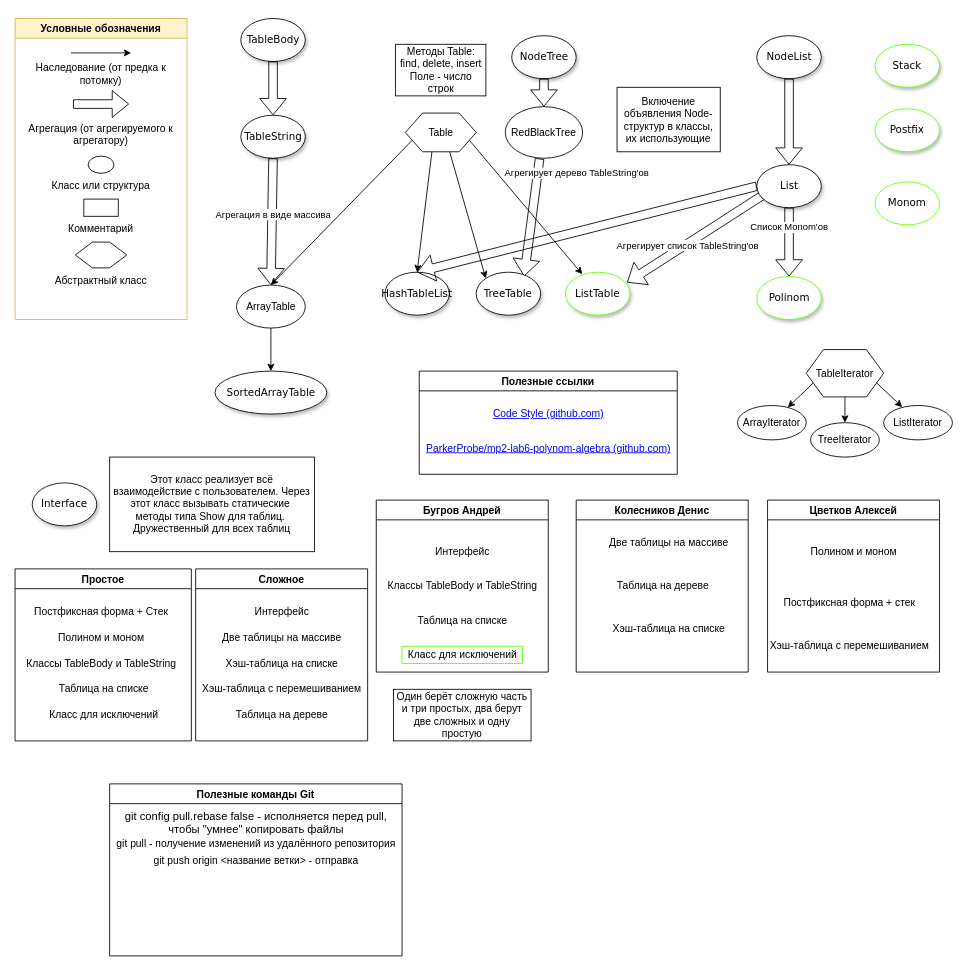
This is Class_Diagram.drawio from ParkerProbe/mp2-lab6-polynom-algebra, a draw.io file, before an edit. Source tidied: cells renumbered, new cells numbered last; positions are measured from the earlier drawing's top-left corner, leaving out a move shared by most shapes. Both pictures are drawn from the tidied source at 86%, with x=0, y=0 at pixel (15, 18).
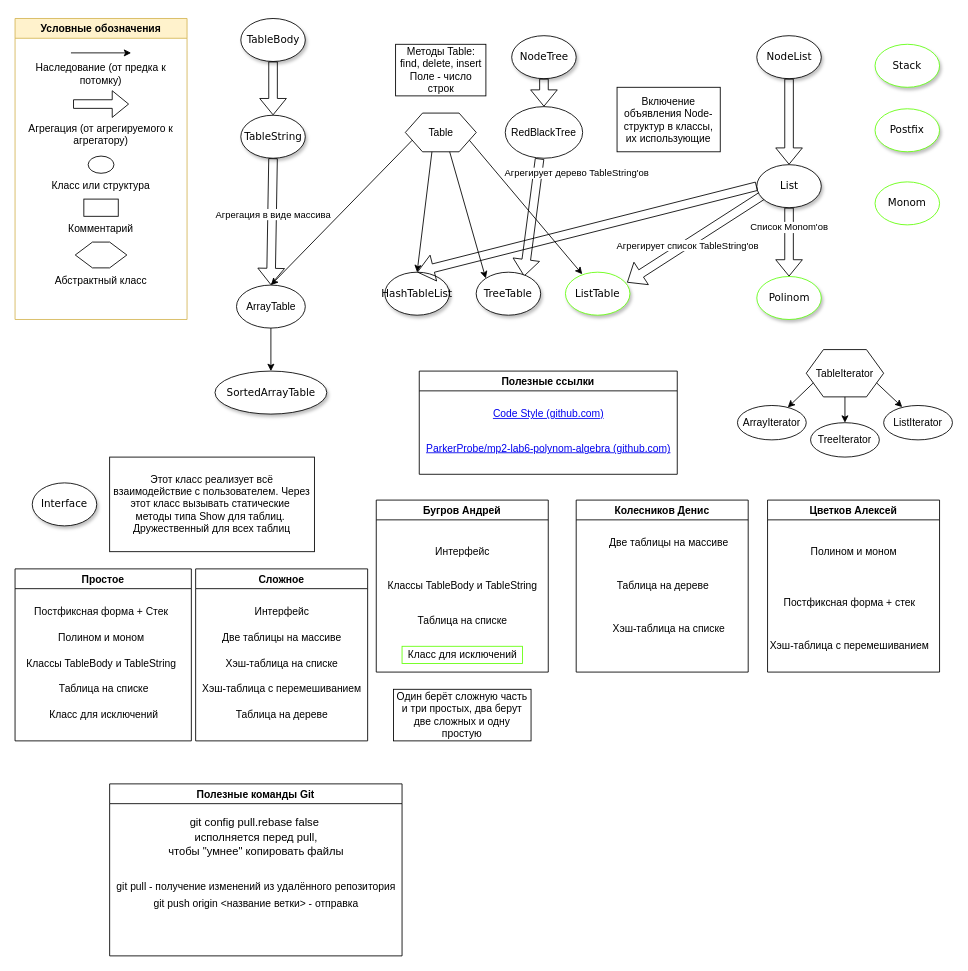
The same diagram, later.

Unchanged cells that the change refers to:
```xml
<mxCell id="86" value="Полезные команды Git" style="swimlane;" parent="1" vertex="1">
  <mxGeometry x="110" y="890" width="340" height="200" as="geometry" />
</mxCell>
```

Change to the diagram source:
```diff
@@
     <mxCell id="87" value="git pull - получение изменений из удалённого репозитория" style="text;html=1;align=center;verticalAlign=middle;strokeColor=none;fillColor=none;" parent="86" vertex="1">
-      <mxGeometry y="60" width="340" height="20" as="geometry" />
+      <mxGeometry y="110" width="340" height="20" as="geometry" />
     </mxCell>
-    <mxCell id="88" value="&lt;span style=&quot;font-family: , &amp;#34;blinkmacsystemfont&amp;#34; , &amp;#34;roboto&amp;#34; , &amp;#34;helvetica neue&amp;#34; , &amp;#34;geneva&amp;#34; , &amp;#34;noto sans armenian&amp;#34; , &amp;#34;noto sans bengali&amp;#34; , &amp;#34;noto sans cherokee&amp;#34; , &amp;#34;noto sans devanagari&amp;#34; , &amp;#34;noto sans ethiopic&amp;#34; , &amp;#34;noto sans georgian&amp;#34; , &amp;#34;noto sans hebrew&amp;#34; , &amp;#34;noto sans kannada&amp;#34; , &amp;#34;noto sans khmer&amp;#34; , &amp;#34;noto sans lao&amp;#34; , &amp;#34;noto sans osmanya&amp;#34; , &amp;#34;noto sans tamil&amp;#34; , &amp;#34;noto sans telugu&amp;#34; , &amp;#34;noto sans thai&amp;#34; , &amp;#34;arial&amp;#34; , &amp;#34;tahoma&amp;#34; , &amp;#34;verdana&amp;#34; , sans-serif ; font-size: 13px ; text-align: left ; background-color: rgb(255 , 255 , 255)&quot;&gt;git config pull.rebase false - исполняется перед pull, &lt;br&gt;чтобы &quot;умнее&quot; копировать&amp;nbsp;файлы&lt;br&gt;&lt;/span&gt;" style="text;html=1;align=center;verticalAlign=middle;strokeColor=none;fillColor=none;" parent="86" vertex="1">
-      <mxGeometry x="10" y="30" width="320" height="30" as="geometry" />
+    <mxCell id="88" value="&lt;span style=&quot;font-family: , &amp;#34;blinkmacsystemfont&amp;#34; , &amp;#34;roboto&amp;#34; , &amp;#34;helvetica neue&amp;#34; , &amp;#34;geneva&amp;#34; , &amp;#34;noto sans armenian&amp;#34; , &amp;#34;noto sans bengali&amp;#34; , &amp;#34;noto sans cherokee&amp;#34; , &amp;#34;noto sans devanagari&amp;#34; , &amp;#34;noto sans ethiopic&amp;#34; , &amp;#34;noto sans georgian&amp;#34; , &amp;#34;noto sans hebrew&amp;#34; , &amp;#34;noto sans kannada&amp;#34; , &amp;#34;noto sans khmer&amp;#34; , &amp;#34;noto sans lao&amp;#34; , &amp;#34;noto sans osmanya&amp;#34; , &amp;#34;noto sans tamil&amp;#34; , &amp;#34;noto sans telugu&amp;#34; , &amp;#34;noto sans thai&amp;#34; , &amp;#34;arial&amp;#34; , &amp;#34;tahoma&amp;#34; , &amp;#34;verdana&amp;#34; , sans-serif ; font-size: 13px ; text-align: left ; background-color: rgb(255 , 255 , 255)&quot;&gt;git config pull.rebase false&amp;nbsp;&lt;br&gt;&lt;/span&gt;" style="text;html=1;align=center;verticalAlign=middle;strokeColor=none;fillColor=none;" parent="86" vertex="1">
+      <mxGeometry x="85" y="35" width="170" height="20" as="geometry" />
     </mxCell>
     <mxCell id="89" value="git push origin &amp;lt;название ветки&amp;gt; - отправка" style="text;html=1;align=center;verticalAlign=middle;strokeColor=none;fillColor=none;" parent="86" vertex="1">
-      <mxGeometry x="45" y="80" width="250" height="20" as="geometry" />
+      <mxGeometry x="45" y="130" width="250" height="20" as="geometry" />
     </mxCell>
+    <mxCell id="90" value="&lt;span style=&quot;font-size: 13px ; text-align: left ; background-color: rgb(255 , 255 , 255)&quot;&gt;исполняется перед pull,&lt;/span&gt;&lt;br style=&quot;font-size: 13px ; text-align: left&quot;&gt;&lt;span style=&quot;font-size: 13px ; text-align: left ; background-color: rgb(255 , 255 , 255)&quot;&gt;чтобы &quot;умнее&quot; копировать&amp;nbsp;файлы&lt;/span&gt;" style="text;html=1;align=center;verticalAlign=middle;strokeColor=none;fillColor=none;" parent="86" vertex="1">
+      <mxGeometry x="60" y="55" width="220" height="30" as="geometry" />
+    </mxCell>
```
